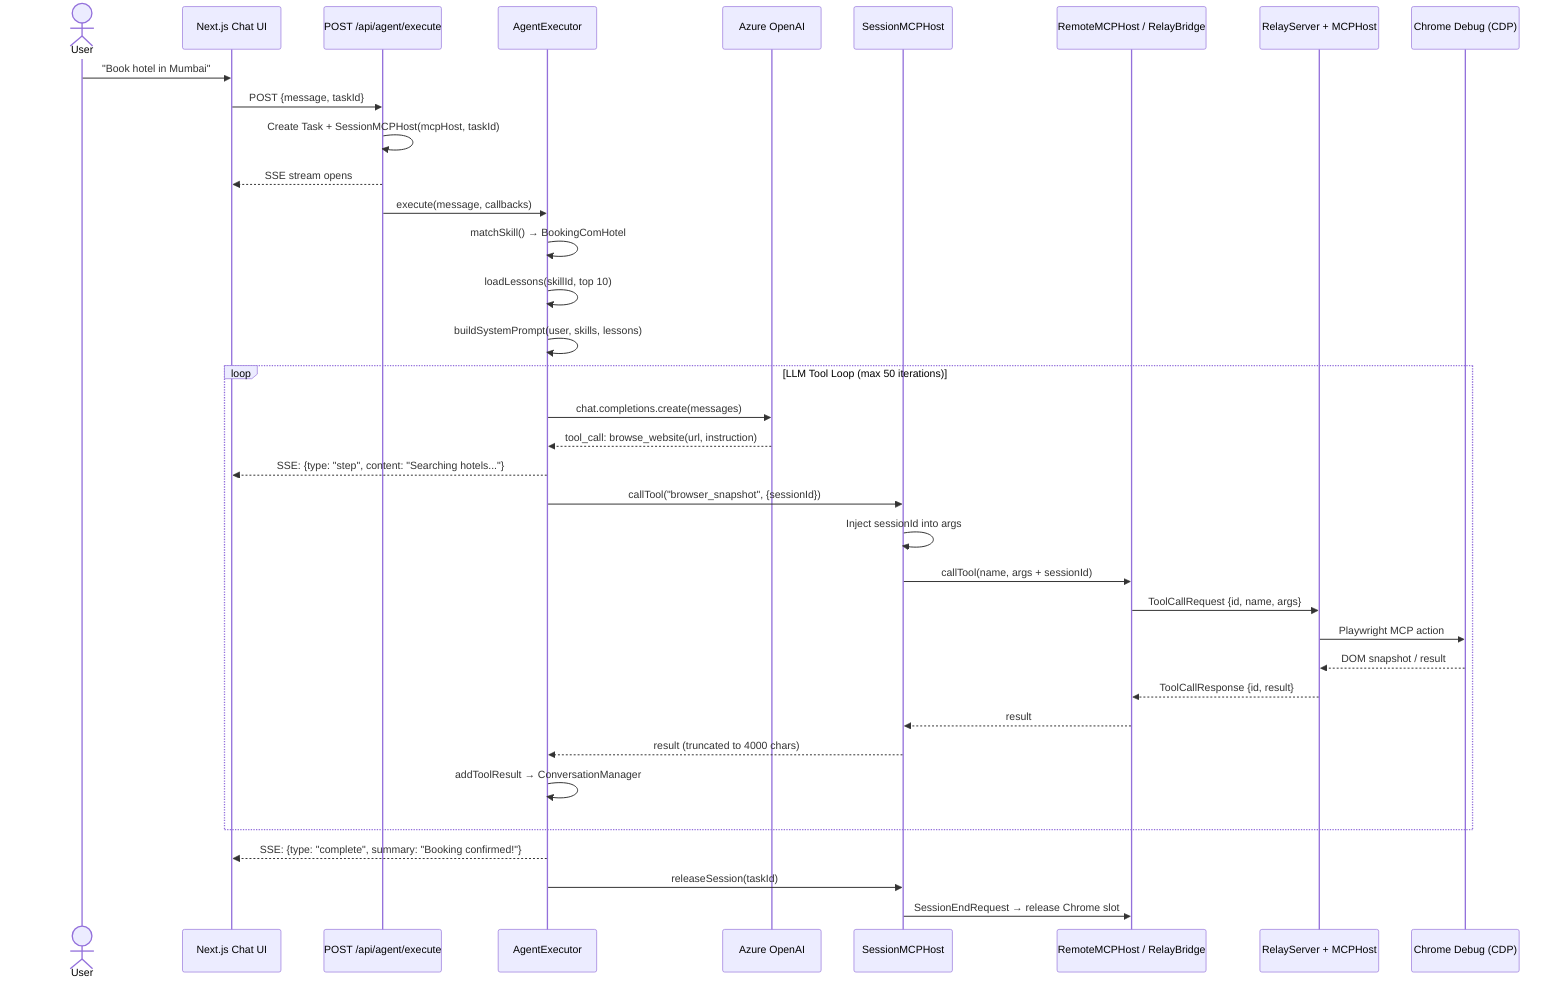
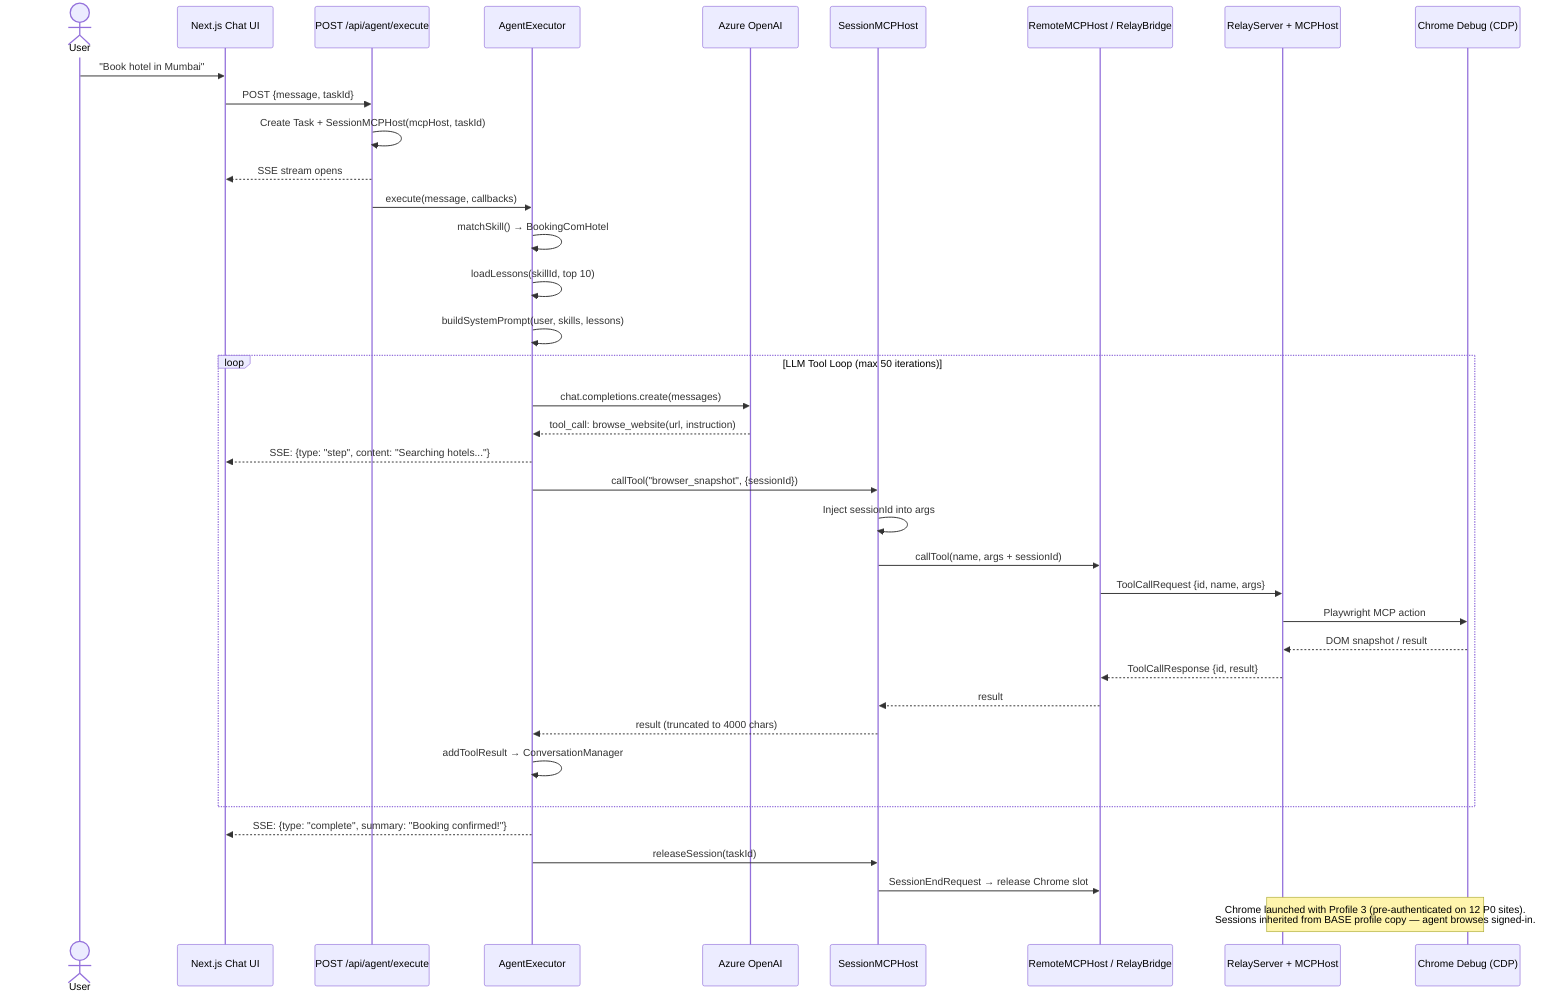
sequenceDiagram
    actor User
    participant UI as Next.js Chat UI
    participant API as POST /api/agent/execute
    participant Agent as AgentExecutor
    participant LLM as Azure OpenAI
    participant SMCP as SessionMCPHost
    participant Relay as RemoteMCPHost / RelayBridge
    participant Laptop as RelayServer + MCPHost
    participant Chrome as Chrome Debug (CDP)

    User->>UI: "Book hotel in Mumbai"
    UI->>API: POST {message, taskId}
    API->>API: Create Task + SessionMCPHost(mcpHost, taskId)
    API-->>UI: SSE stream opens

    API->>Agent: execute(message, callbacks)
    Agent->>Agent: matchSkill() → BookingComHotel
    Agent->>Agent: loadLessons(skillId, top 10)
    Agent->>Agent: buildSystemPrompt(user, skills, lessons)

    loop LLM Tool Loop (max 50 iterations)
        Agent->>LLM: chat.completions.create(messages)
        LLM-->>Agent: tool_call: browse_website(url, instruction)
        Agent-->>UI: SSE: {type: "step", content: "Searching hotels..."}
        Agent->>SMCP: callTool("browser_snapshot", {sessionId})
        SMCP->>SMCP: Inject sessionId into args
        SMCP->>Relay: callTool(name, args + sessionId)
        Relay->>Laptop: ToolCallRequest {id, name, args}
        Laptop->>Chrome: Playwright MCP action
        Chrome-->>Laptop: DOM snapshot / result
        Laptop-->>Relay: ToolCallResponse {id, result}
        Relay-->>SMCP: result
        SMCP-->>Agent: result (truncated to 4000 chars)
        Agent->>Agent: addToolResult → ConversationManager
    end

    Agent-->>UI: SSE: {type: "complete", summary: "Booking confirmed!"}
    Agent->>SMCP: releaseSession(taskId)
    SMCP->>Relay: SessionEndRequest → release Chrome slot
+ 
+     Note over Laptop,Chrome: Chrome launched with Profile 3 (pre-authenticated on 12 P0 sites).<br/>Sessions inherited from BASE profile copy — agent browses signed-in.
